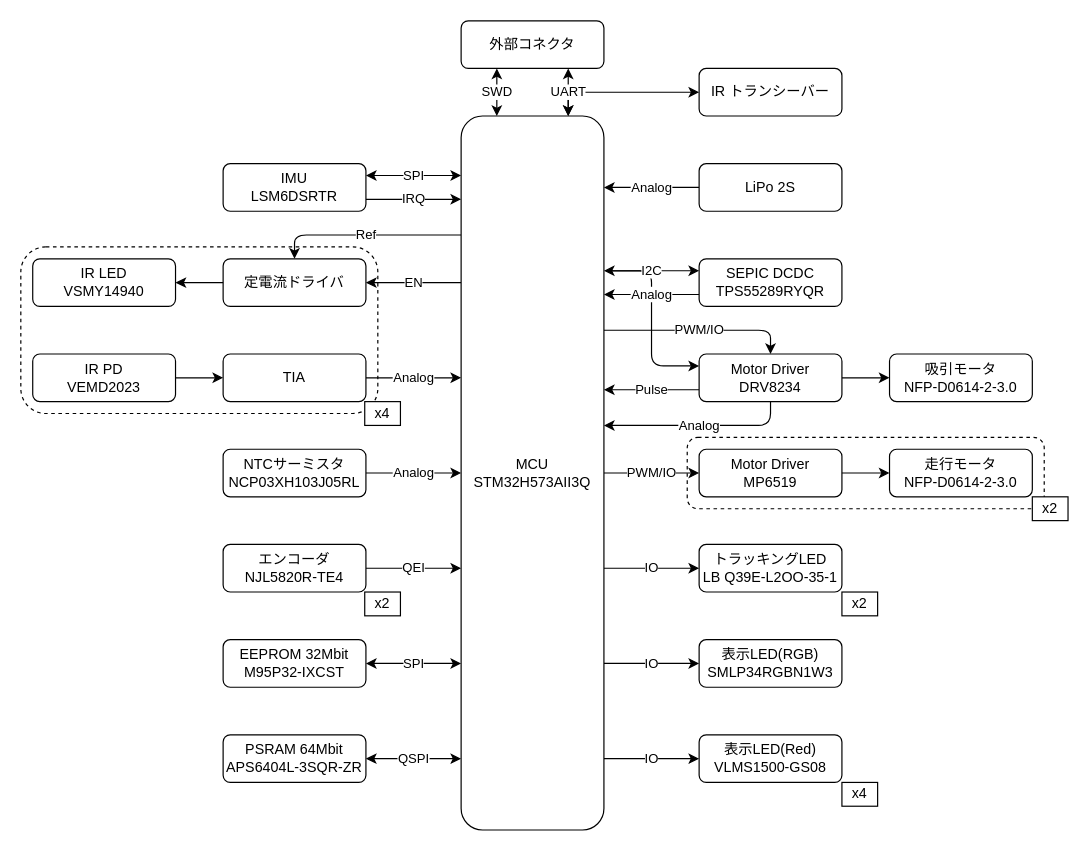
The draw.io diagram assets/img/circuit_vehicle_block.drawio in sshun28/sakuranezumi-gen2-design, before the edit. Source tidied: cells renumbered, new cells numbered last; positions are measured from the earlier drawing's top-left corner, leaving out a move shared by most shapes. Both pictures are drawn from the tidied source at 119%, with x=0, y=0 at pixel (20, 20).
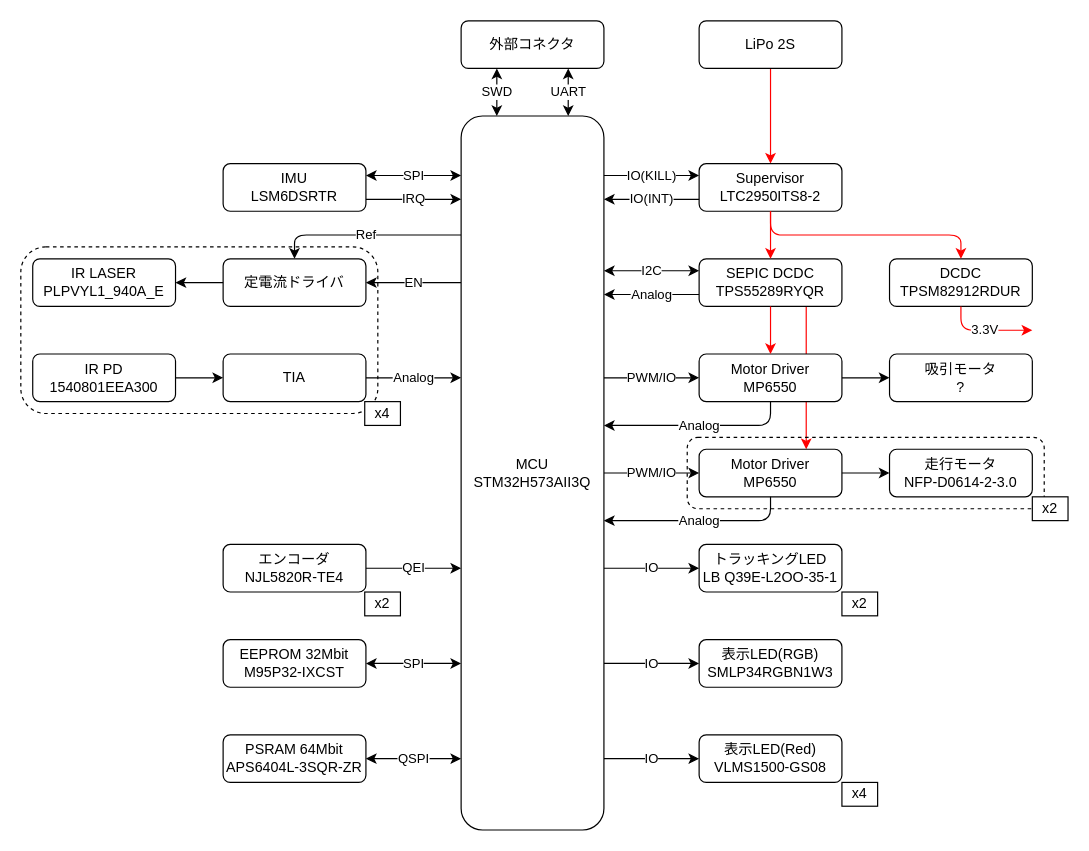
Above is the later version.

Unchanged cells that the change refers to:
```xml
<mxCell id="17" value="MCU&lt;br&gt;STM32H573AII3Q" style="rounded=1;whiteSpace=wrap;html=1;" parent="1" vertex="1">
  <mxGeometry x="370" y="80" width="120" height="600" as="geometry" />
</mxCell>
<mxCell id="20" value="SEPIC DCDC&lt;br&gt;TPS55289RYQR" style="rounded=1;whiteSpace=wrap;html=1;" parent="1" vertex="1">
  <mxGeometry x="570" y="200" width="120" height="40" as="geometry" />
</mxCell>
<mxCell id="28" style="group;" parent="1" vertex="1">
  <mxGeometry y="180" width="319" height="160" as="geometry" />
</mxCell>
<mxCell id="50" style="group;" parent="1" vertex="1">
  <mxGeometry x="560" y="350" width="300" height="60" as="geometry" />
</mxCell>
```

The edit, as a diff of the source:
```diff
@@
-    <mxCell id="2" style="edgeStyle=elbowEdgeStyle;html=1;exitX=1.015;exitY=0.217;exitDx=0;exitDy=0;entryX=0;entryY=0.25;entryDx=0;entryDy=0;exitPerimeter=0;" parent="1" edge="1" source="17" target="26">
-      <mxGeometry relative="1" as="geometry">
-        <Array as="points">
-          <mxPoint x="530" y="250" />
-          <mxPoint x="620" y="260" />
-          <mxPoint x="550" y="270" />
-          <mxPoint x="530" y="260" />
-          <mxPoint x="530" y="260" />
-        </Array>
-      </mxGeometry>
-    </mxCell>
+    <mxCell id="59" style="edgeStyle=orthogonalEdgeStyle;html=1;strokeColor=#FF0000;entryX=0.75;entryY=0;entryDx=0;entryDy=0;exitX=0.75;exitY=1;exitDx=0;exitDy=0;" parent="1" edge="1" source="20" target="52">
+      <mxGeometry relative="1" as="geometry" />
+    </mxCell>
@@
-    <mxCell id="11" value="PWM/IO" style="edgeStyle=elbowEdgeStyle;elbow=vertical;html=1;entryX=0.5;entryY=0;entryDx=0;entryDy=0;" parent="1" edge="1" source="17" target="26">
-      <mxGeometry relative="1" as="geometry">
-        <Array as="points">
-          <mxPoint x="520" y="260" />
-        </Array>
-      </mxGeometry>
+    <mxCell id="11" value="PWM/IO" style="edgeStyle=elbowEdgeStyle;elbow=vertical;html=1;entryX=0;entryY=0.5;entryDx=0;entryDy=0;" parent="1" edge="1" source="17" target="26">
+      <mxGeometry relative="1" as="geometry" />
     </mxCell>
@@
-    <mxCell id="15" style="edgeStyle=elbowEdgeStyle;html=1;exitX=0.75;exitY=0;exitDx=0;exitDy=0;startArrow=classic;startFill=1;elbow=vertical;" parent="1" edge="1" source="17" target="58">
-      <mxGeometry relative="1" as="geometry">
-        <Array as="points">
-          <mxPoint x="470" y="60" />
-        </Array>
-      </mxGeometry>
-    </mxCell>
@@
-    <mxCell id="21" value="Analog" style="edgeStyle=elbowEdgeStyle;elbow=vertical;html=1;startArrow=none;startFill=0;" parent="1" edge="1" source="22" target="17">
-      <mxGeometry relative="1" as="geometry" />
-    </mxCell>
+    <mxCell id="60" style="edgeStyle=none;html=1;strokeColor=#FF0000;" parent="1" edge="1" source="22" target="62">
+      <mxGeometry relative="1" as="geometry" />
+    </mxCell>
     <mxCell id="22" value="LiPo 2S" style="rounded=1;whiteSpace=wrap;html=1;" parent="1" vertex="1">
-      <mxGeometry x="570" y="120" width="120" height="40" as="geometry" />
+      <mxGeometry x="570" width="120" height="40" as="geometry" />
     </mxCell>
@@
-    <mxCell id="24" value="Pulse" style="edgeStyle=elbowEdgeStyle;elbow=vertical;html=1;exitX=0;exitY=0.75;exitDx=0;exitDy=0;" parent="1" edge="1" source="26" target="17">
-      <mxGeometry relative="1" as="geometry" />
-    </mxCell>
@@
-    <mxCell id="26" value="Motor Driver&lt;br&gt;DRV8234" style="rounded=1;whiteSpace=wrap;html=1;" parent="1" vertex="1">
+    <mxCell id="26" value="Motor Driver&lt;br&gt;MP6550" style="rounded=1;whiteSpace=wrap;html=1;" parent="1" vertex="1">
       <mxGeometry x="570" y="280" width="120" height="40" as="geometry" />
     </mxCell>
-    <mxCell id="27" value="吸引モータ&lt;br&gt;NFP-D0614-2-3.0" style="rounded=1;whiteSpace=wrap;html=1;" parent="1" vertex="1">
+    <mxCell id="27" value="吸引モータ&lt;br&gt;?" style="rounded=1;whiteSpace=wrap;html=1;" parent="1" vertex="1">
       <mxGeometry x="730" y="280" width="120" height="40" as="geometry" />
     </mxCell>
@@
-    <mxCell id="32" value="IR LED&lt;br&gt;VSMY14940" style="rounded=1;whiteSpace=wrap;html=1;" parent="28" vertex="1">
+    <mxCell id="32" value="IR LASER&lt;br&gt;PLPVYL1_940A_E" style="rounded=1;whiteSpace=wrap;html=1;" parent="28" vertex="1">
       <mxGeometry x="10" y="20" width="120" height="40" as="geometry" />
     </mxCell>
@@
-    <mxCell id="35" value="IR PD&lt;br&gt;VEMD2023" style="rounded=1;whiteSpace=wrap;html=1;" parent="28" vertex="1">
+    <mxCell id="35" value="IR PD&lt;br&gt;1540801EEA300" style="rounded=1;whiteSpace=wrap;html=1;" parent="28" vertex="1">
       <mxGeometry x="10" y="100" width="120" height="40" as="geometry" />
     </mxCell>
@@
-    <mxCell id="48" value="Analog" style="edgeStyle=elbowEdgeStyle;elbow=vertical;html=1;" parent="1" edge="1" source="49" target="17">
-      <mxGeometry relative="1" as="geometry" />
-    </mxCell>
-    <mxCell id="49" value="NTCサーミスタ&lt;br&gt;NCP03XH103J05RL" style="rounded=1;whiteSpace=wrap;html=1;" parent="1" vertex="1">
-      <mxGeometry x="170" y="360" width="120" height="40" as="geometry" />
-    </mxCell>
@@
-    <mxCell id="52" value="Motor Driver&lt;br&gt;MP6519" style="rounded=1;whiteSpace=wrap;html=1;" parent="50" vertex="1">
+    <mxCell id="52" value="Motor Driver&lt;br&gt;MP6550" style="rounded=1;whiteSpace=wrap;html=1;" parent="50" vertex="1">
       <mxGeometry x="10" y="10" width="120" height="40" as="geometry" />
     </mxCell>
@@
-    <mxCell id="58" value="IR トランシーバー" style="rounded=1;whiteSpace=wrap;html=1;" parent="1" vertex="1">
-      <mxGeometry x="570" y="40" width="120" height="40" as="geometry" />
-    </mxCell>
+    <mxCell id="15" value="Analog" style="edgeStyle=elbowEdgeStyle;elbow=vertical;html=1;exitX=0.5;exitY=1;exitDx=0;exitDy=0;entryX=1;entryY=0.567;entryDx=0;entryDy=0;entryPerimeter=0;" parent="1" edge="1" source="52" target="17">
+      <mxGeometry relative="1" as="geometry">
+        <Array as="points">
+          <mxPoint x="580" y="420" />
+          <mxPoint x="560" y="430" />
+        </Array>
+      </mxGeometry>
+    </mxCell>
+    <mxCell id="61" value="DCDC&lt;br&gt;TPSM82912RDUR" style="rounded=1;whiteSpace=wrap;html=1;" parent="1" vertex="1">
+      <mxGeometry x="730" y="200" width="120" height="40" as="geometry" />
+    </mxCell>
+    <mxCell id="62" value="Supervisor&lt;br&gt;LTC2950ITS8-2" style="rounded=1;whiteSpace=wrap;html=1;" parent="1" vertex="1">
+      <mxGeometry x="570" y="120" width="120" height="40" as="geometry" />
+    </mxCell>
+    <mxCell id="63" style="edgeStyle=none;html=1;strokeColor=#FF0000;" parent="1" edge="1" source="62" target="20">
+      <mxGeometry relative="1" as="geometry" />
+    </mxCell>
+    <mxCell id="64" style="edgeStyle=orthogonalEdgeStyle;html=1;strokeColor=#FF0000;exitX=0.5;exitY=1;exitDx=0;exitDy=0;" parent="1" edge="1" source="62" target="61">
+      <mxGeometry relative="1" as="geometry" />
+    </mxCell>
+    <mxCell id="65" value="3.3V" style="html=1;strokeColor=#FF0000;edgeStyle=elbowEdgeStyle;exitX=0.5;exitY=1;exitDx=0;exitDy=0;" parent="1" edge="1" source="61">
+      <mxGeometry relative="1" as="geometry">
+        <mxPoint x="850" y="260" as="targetPoint" />
+        <Array as="points">
+          <mxPoint x="790" y="250" />
+        </Array>
+      </mxGeometry>
+    </mxCell>
+    <mxCell id="66" style="edgeStyle=orthogonalEdgeStyle;html=1;strokeColor=#FF0000;" parent="1" edge="1" source="20" target="26">
+      <mxGeometry relative="1" as="geometry" />
+    </mxCell>
+    <mxCell id="67" value="IO(KILL)" style="edgeStyle=elbowEdgeStyle;elbow=vertical;html=1;startArrow=none;startFill=0;entryX=0;entryY=0.25;entryDx=0;entryDy=0;" parent="1" edge="1" source="17" target="62">
+      <mxGeometry relative="1" as="geometry" />
+    </mxCell>
+    <mxCell id="68" value="IO(INT)" style="edgeStyle=elbowEdgeStyle;elbow=vertical;html=1;startArrow=none;startFill=0;exitX=0;exitY=0.75;exitDx=0;exitDy=0;" parent="1" edge="1" source="62" target="17">
+      <mxGeometry relative="1" as="geometry" />
+    </mxCell>
```
